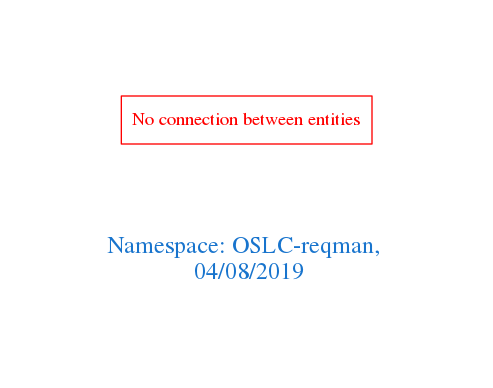
Above: downloads/OSLC-reqman.png in arago/OGIT (Graphviz), before the change. Its source is kept beside it as downloads/OSLC-reqman.dot.
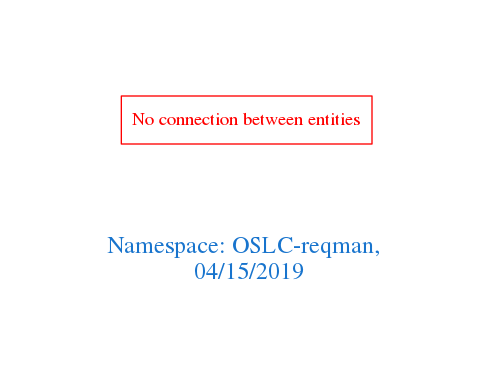
After the commit.

Change to the diagram source:
```diff
@@ -1,7 +1,7 @@
 digraph OGIT_ontology {
  graph [ rankdir= LR,pad=1
 fontsize = 18,
-fontcolor= dodgerblue3,label = "\n\n\nNamespace: OSLC-reqman, \n 04/08/2019"];
+fontcolor= dodgerblue3,label = "\n\n\nNamespace: OSLC-reqman, \n 04/15/2019"];
 node[shape=polygon];
 edge [  color="gray81"];
 
```
